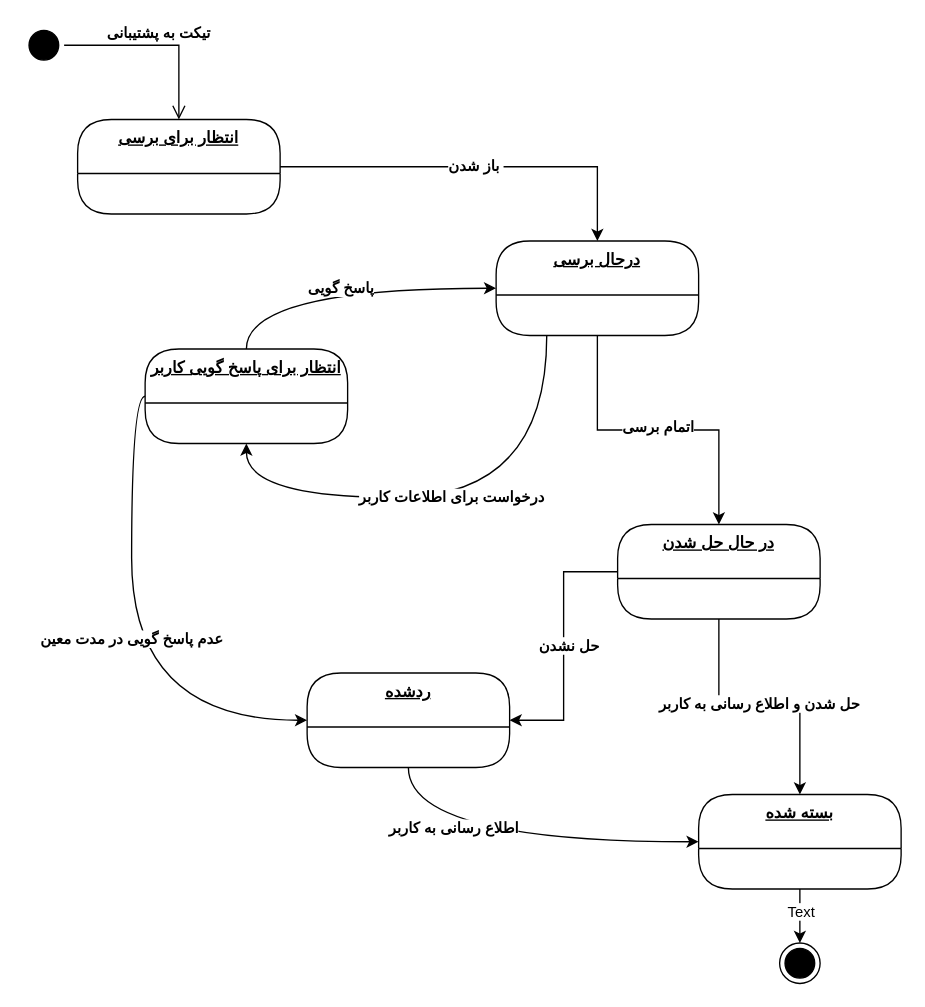
Earlier version of the draw.io diagram state.drawio (aqua1252/tasks). Source tidied: cells renumbered, new cells numbered last; positions are measured from the earlier drawing's top-left corner, leaving out a move shared by most shapes. Both pictures are drawn from the tidied source at 135%, with x=0, y=0 at pixel (23, 24).
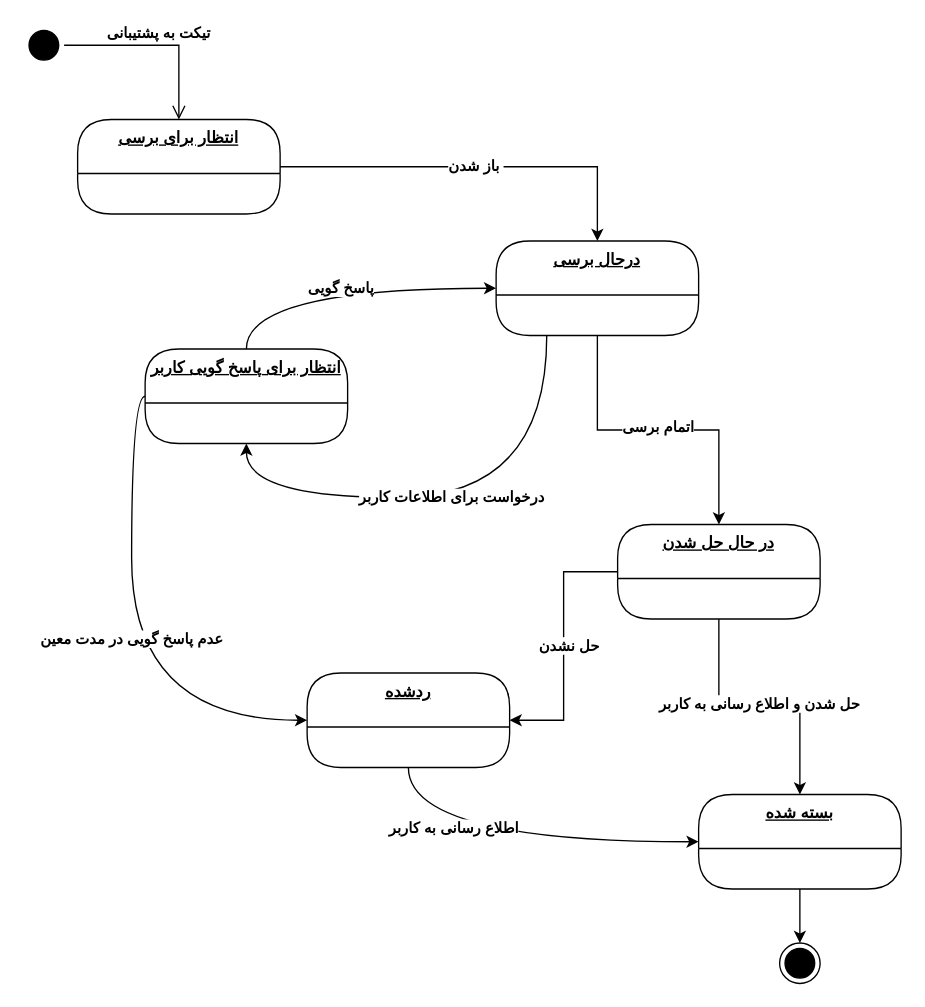
Above is the later version.

Unchanged cells that the change refers to:
```xml
<mxCell id="7" style="edgeStyle=orthogonalEdgeStyle;rounded=0;jettySize=auto;html=1;" parent="1" edge="1" source="9" target="23">
  <mxGeometry relative="1" as="geometry" />
</mxCell>
```

What changed in the source:
```diff
@@
-    <mxCell id="8" value="Text" style="edgeLabel;html=1;align=center;verticalAlign=middle;" parent="7" vertex="1">
-      <mxGeometry x="-0.18" relative="1" as="geometry" />
-    </mxCell>
```
